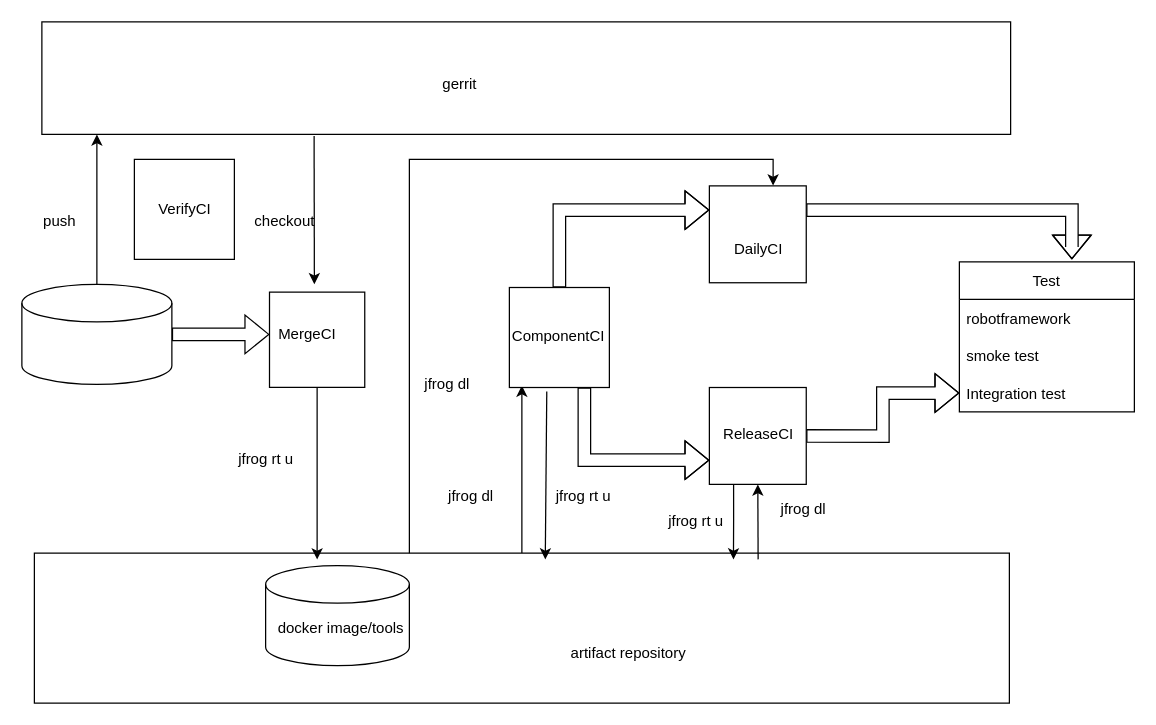
Above: jflc.drawio in xiaoyuanwu123/learnGit (draw.io), before the change. Source tidied: cells renumbered, new cells numbered last; positions are measured from the earlier drawing's top-left corner, leaving out a move shared by most shapes. Both pictures are drawn from the tidied source at 125%, with x=0, y=0 at pixel (21, 21).
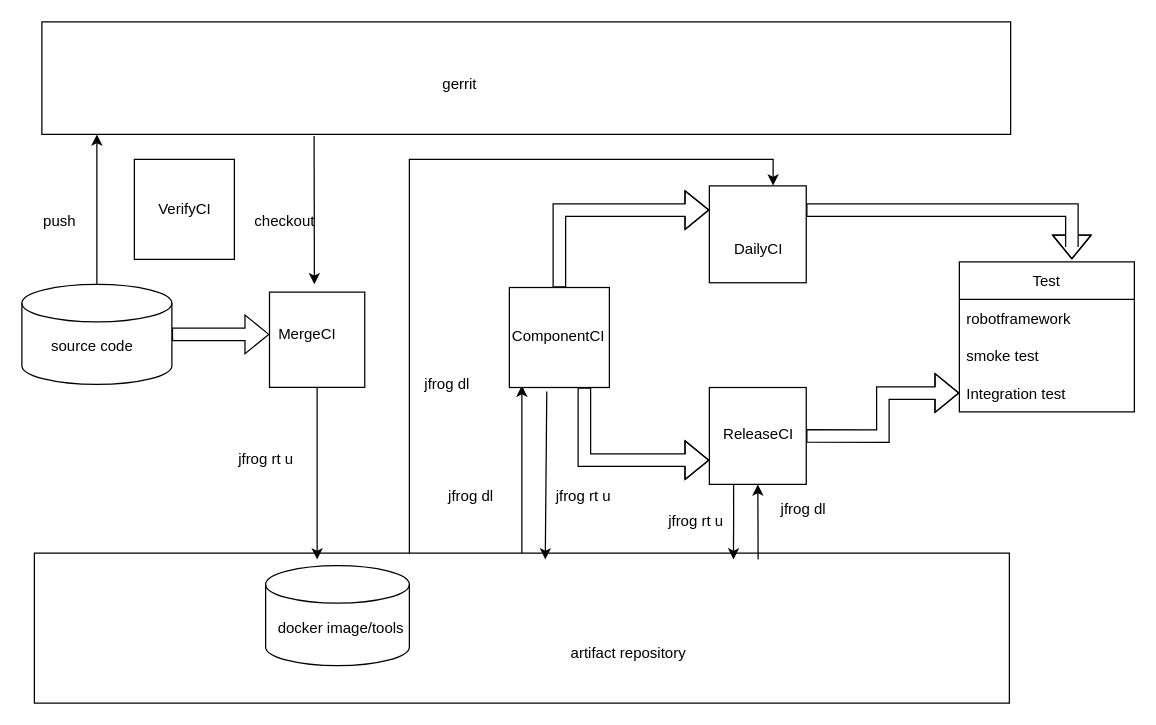
After the change.

Diff of the diagram source:
```diff
@@
+    <mxCell id="44" value="source code" style="text;html=1;align=center;verticalAlign=middle;fillColor=none;strokeColor=none;rounded=0;" parent="1" vertex="1">
+      <mxGeometry x="16" y="250" width="80" height="20" as="geometry" />
+    </mxCell>
```
